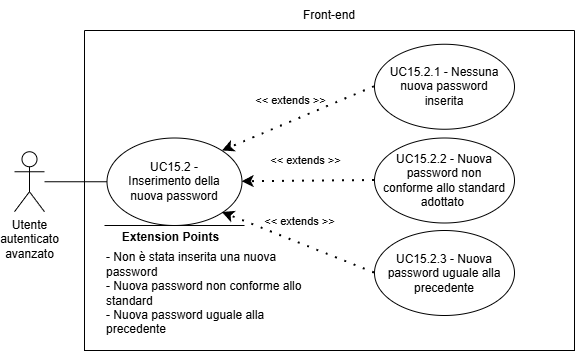
Before: assets/diagrams/UC15_2.png, a diagram exported from draw.io (SkarabGroup/DocumentazioneProgetto). Source tidied: cells renumbered, new cells last; positions are measured from the earlier drawing's top-left corner, leaving out a move shared by most shapes. Its diagram source:
```xml
<mxGraphModel>
  <root>
    <mxCell id="0" />
    <mxCell id="1" parent="0" />
    <mxCell id="2" style="swimlane;startSize=0;" parent="1" vertex="1">
      <mxGeometry x="70" y="30" width="490" height="320" as="geometry" />
    </mxCell>
    <mxCell id="3" style="ellipse;whiteSpace=wrap;html=1;" parent="2" vertex="1">
      <mxGeometry x="290" y="13.8" width="140" height="85" as="geometry" />
    </mxCell>
    <mxCell id="4" value="UC15.2.1 - Nessuna nuova password inserita" style="text;html=1;align=center;verticalAlign=middle;whiteSpace=wrap;rounded=0;" parent="2" vertex="1">
      <mxGeometry x="295" y="21.2" width="130" height="70" as="geometry" />
    </mxCell>
    <mxCell id="5" style="ellipse;whiteSpace=wrap;html=1;" parent="2" vertex="1">
      <mxGeometry x="290" y="107.5" width="140" height="85" as="geometry" />
    </mxCell>
    <mxCell id="6" value="UC15.2.2 - Nuova password non conforme allo standard adottato&amp;nbsp;" style="text;html=1;align=center;verticalAlign=middle;whiteSpace=wrap;rounded=0;" parent="2" vertex="1">
      <mxGeometry x="295" y="115" width="130" height="70" as="geometry" />
    </mxCell>
    <mxCell id="7" value="&amp;lt;&amp;lt; extends &amp;gt;&amp;gt;" style="endArrow=classic;startArrow=none;endFill=1;startFill=0;html=1;verticalAlign=bottom;dashed=1;labelBackgroundColor=none;rounded=0;dashPattern=1 4;curved=0;endSize=6;strokeWidth=2;exitX=0;exitY=0.5;exitDx=0;exitDy=0;entryX=1;entryY=0.5;entryDx=0;entryDy=0;" parent="2" edge="1" source="5" target="12">
      <mxGeometry x="0.04" y="-12" relative="1" as="geometry" />
    </mxCell>
    <mxCell id="8" value="&amp;lt;&amp;lt; extends &amp;gt;&amp;gt;" style="endArrow=classic;startArrow=none;endFill=1;startFill=0;html=1;verticalAlign=bottom;dashed=1;labelBackgroundColor=none;rounded=0;dashPattern=1 4;curved=0;endSize=6;strokeWidth=2;exitX=0;exitY=0.5;exitDx=0;exitDy=0;entryX=1;entryY=0;entryDx=0;entryDy=0;" parent="2" edge="1" source="3" target="12">
      <mxGeometry x="0.04" y="-12" relative="1" as="geometry" />
    </mxCell>
    <mxCell id="9" style="ellipse;whiteSpace=wrap;html=1;" parent="2" vertex="1">
      <mxGeometry x="290" y="200" width="140" height="85" as="geometry" />
    </mxCell>
    <mxCell id="10" value="UC15.2.3 - Nuova password uguale alla precedente" style="text;html=1;align=center;verticalAlign=middle;whiteSpace=wrap;rounded=0;" parent="2" vertex="1">
      <mxGeometry x="295" y="207.5" width="130" height="70" as="geometry" />
    </mxCell>
    <mxCell id="11" value="Utente&lt;div&gt;&lt;span style=&quot;background-color: transparent; color: light-dark(rgb(0, 0, 0), rgb(255, 255, 255));&quot;&gt;autenticato&lt;/span&gt;&lt;/div&gt;&lt;div&gt;&lt;span style=&quot;background-color: transparent; color: light-dark(rgb(0, 0, 0), rgb(255, 255, 255));&quot;&gt;avanzato&lt;/span&gt;&lt;/div&gt;" style="shape=umlActor;verticalLabelPosition=bottom;verticalAlign=top;html=1;outlineConnect=0;align=center;" parent="2" vertex="1">
      <mxGeometry x="-70" y="121.2" width="30" height="60" as="geometry" />
    </mxCell>
    <mxCell id="12" style="ellipse;whiteSpace=wrap;html=1;" parent="2" vertex="1">
      <mxGeometry x="22.5" y="107.5" width="135" height="87.5" as="geometry" />
    </mxCell>
    <mxCell id="13" style="endArrow=none;html=1;rounded=0;" parent="2" edge="1">
      <mxGeometry relative="1" as="geometry">
        <mxPoint x="20" y="195" as="sourcePoint" />
        <mxPoint x="160" y="195" as="targetPoint" />
      </mxGeometry>
    </mxCell>
    <mxCell id="14" value="&lt;b&gt;&lt;font style=&quot;font-size: 12px;&quot;&gt;Extension Points&lt;/font&gt;&lt;/b&gt;" style="edgeLabel;html=1;align=center;verticalAlign=middle;" parent="13" vertex="1">
      <mxGeometry x="0.65" relative="1" as="geometry">
        <mxPoint x="-50" y="11" as="offset" />
      </mxGeometry>
    </mxCell>
    <mxCell id="15" value="- Non è stata inserita una nuova password&lt;div&gt;- Nuova password non conforme allo standard&lt;/div&gt;&lt;div&gt;- Nuova password uguale alla precedente&lt;/div&gt;" style="text;html=1;align=left;verticalAlign=middle;whiteSpace=wrap;rounded=0;" parent="2" vertex="1">
      <mxGeometry x="20" y="247.5" width="198.8" height="30" as="geometry" />
    </mxCell>
    <mxCell id="16" value="&lt;div style=&quot;&quot;&gt;UC15.2 - Inserimento della nuova password&lt;/div&gt;" style="text;html=1;align=center;verticalAlign=middle;whiteSpace=wrap;rounded=0;" parent="2" vertex="1">
      <mxGeometry x="35" y="116.2" width="110" height="70" as="geometry" />
    </mxCell>
    <mxCell id="17" style="endArrow=none;html=1;rounded=0;entryX=0;entryY=0.5;entryDx=0;entryDy=0;" parent="2" edge="1" source="11" target="12">
      <mxGeometry relative="1" as="geometry" />
    </mxCell>
    <mxCell id="18" value="&amp;lt;&amp;lt; extends &amp;gt;&amp;gt;" style="endArrow=classic;startArrow=none;endFill=1;startFill=0;html=1;verticalAlign=bottom;dashed=1;labelBackgroundColor=none;rounded=0;dashPattern=1 4;curved=0;endSize=6;strokeWidth=2;exitX=0;exitY=0.5;exitDx=0;exitDy=0;entryX=1;entryY=1;entryDx=0;entryDy=0;" parent="2" edge="1" source="9" target="12">
      <mxGeometry x="0.04" y="-12" relative="1" as="geometry" />
    </mxCell>
    <mxCell id="19" value="Front-end" style="text;html=1;align=center;verticalAlign=middle;whiteSpace=wrap;rounded=0;" parent="1" vertex="1">
      <mxGeometry x="285" width="60" height="30" as="geometry" />
    </mxCell>
  </root>
</mxGraphModel>
```
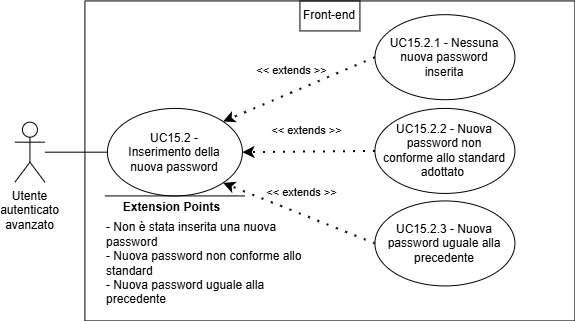
The same file after the commit.

The edit, as a diff of the source:
```diff
@@ -2,64 +2,64 @@
   <root>
     <mxCell id="0" />
     <mxCell id="1" parent="0" />
-    <mxCell id="2" style="swimlane;startSize=0;" parent="1" vertex="1">
-      <mxGeometry x="70" y="30" width="490" height="320" as="geometry" />
-    </mxCell>
+    <mxCell id="20" style="swimlane;startSize=0;" parent="1" vertex="1">
+      <mxGeometry x="982.4" y="1437.4" width="490" height="320" as="geometry" />
+    </mxCell>
-    <mxCell id="3" style="ellipse;whiteSpace=wrap;html=1;" parent="2" vertex="1">
+    <mxCell id="3" style="ellipse;whiteSpace=wrap;html=1;" parent="20" vertex="1">
       <mxGeometry x="290" y="13.8" width="140" height="85" as="geometry" />
     </mxCell>
-    <mxCell id="4" value="UC15.2.1 - Nessuna nuova password inserita" style="text;html=1;align=center;verticalAlign=middle;whiteSpace=wrap;rounded=0;" parent="2" vertex="1">
+    <mxCell id="4" value="UC15.2.1 - Nessuna nuova password inserita" style="text;html=1;align=center;verticalAlign=middle;whiteSpace=wrap;rounded=0;" parent="20" vertex="1">
       <mxGeometry x="295" y="21.2" width="130" height="70" as="geometry" />
     </mxCell>
-    <mxCell id="5" style="ellipse;whiteSpace=wrap;html=1;" parent="2" vertex="1">
+    <mxCell id="5" style="ellipse;whiteSpace=wrap;html=1;" parent="20" vertex="1">
       <mxGeometry x="290" y="107.5" width="140" height="85" as="geometry" />
     </mxCell>
-    <mxCell id="6" value="UC15.2.2 - Nuova password non conforme allo standard adottato&amp;nbsp;" style="text;html=1;align=center;verticalAlign=middle;whiteSpace=wrap;rounded=0;" parent="2" vertex="1">
+    <mxCell id="6" value="UC15.2.2 - Nuova password non conforme allo standard adottato&amp;nbsp;" style="text;html=1;align=center;verticalAlign=middle;whiteSpace=wrap;rounded=0;" parent="20" vertex="1">
       <mxGeometry x="295" y="115" width="130" height="70" as="geometry" />
     </mxCell>
-    <mxCell id="7" value="&amp;lt;&amp;lt; extends &amp;gt;&amp;gt;" style="endArrow=classic;startArrow=none;endFill=1;startFill=0;html=1;verticalAlign=bottom;dashed=1;labelBackgroundColor=none;rounded=0;dashPattern=1 4;curved=0;endSize=6;strokeWidth=2;exitX=0;exitY=0.5;exitDx=0;exitDy=0;entryX=1;entryY=0.5;entryDx=0;entryDy=0;" parent="2" edge="1" source="5" target="12">
+    <mxCell id="7" value="&amp;lt;&amp;lt; extends &amp;gt;&amp;gt;" style="endArrow=classic;startArrow=none;endFill=1;startFill=0;html=1;verticalAlign=bottom;dashed=1;labelBackgroundColor=none;rounded=0;dashPattern=1 4;curved=0;endSize=6;strokeWidth=2;exitX=0;exitY=0.5;exitDx=0;exitDy=0;entryX=1;entryY=0.5;entryDx=0;entryDy=0;" parent="20" edge="1" source="5" target="12">
       <mxGeometry x="0.04" y="-12" relative="1" as="geometry" />
     </mxCell>
-    <mxCell id="8" value="&amp;lt;&amp;lt; extends &amp;gt;&amp;gt;" style="endArrow=classic;startArrow=none;endFill=1;startFill=0;html=1;verticalAlign=bottom;dashed=1;labelBackgroundColor=none;rounded=0;dashPattern=1 4;curved=0;endSize=6;strokeWidth=2;exitX=0;exitY=0.5;exitDx=0;exitDy=0;entryX=1;entryY=0;entryDx=0;entryDy=0;" parent="2" edge="1" source="3" target="12">
+    <mxCell id="8" value="&amp;lt;&amp;lt; extends &amp;gt;&amp;gt;" style="endArrow=classic;startArrow=none;endFill=1;startFill=0;html=1;verticalAlign=bottom;dashed=1;labelBackgroundColor=none;rounded=0;dashPattern=1 4;curved=0;endSize=6;strokeWidth=2;exitX=0;exitY=0.5;exitDx=0;exitDy=0;entryX=1;entryY=0;entryDx=0;entryDy=0;" parent="20" edge="1" source="3" target="12">
       <mxGeometry x="0.04" y="-12" relative="1" as="geometry" />
     </mxCell>
-    <mxCell id="9" style="ellipse;whiteSpace=wrap;html=1;" parent="2" vertex="1">
+    <mxCell id="9" style="ellipse;whiteSpace=wrap;html=1;" parent="20" vertex="1">
       <mxGeometry x="290" y="200" width="140" height="85" as="geometry" />
     </mxCell>
-    <mxCell id="10" value="UC15.2.3 - Nuova password uguale alla precedente" style="text;html=1;align=center;verticalAlign=middle;whiteSpace=wrap;rounded=0;" parent="2" vertex="1">
+    <mxCell id="10" value="UC15.2.3 - Nuova password uguale alla precedente" style="text;html=1;align=center;verticalAlign=middle;whiteSpace=wrap;rounded=0;" parent="20" vertex="1">
       <mxGeometry x="295" y="207.5" width="130" height="70" as="geometry" />
     </mxCell>
-    <mxCell id="11" value="Utente&lt;div&gt;&lt;span style=&quot;background-color: transparent; color: light-dark(rgb(0, 0, 0), rgb(255, 255, 255));&quot;&gt;autenticato&lt;/span&gt;&lt;/div&gt;&lt;div&gt;&lt;span style=&quot;background-color: transparent; color: light-dark(rgb(0, 0, 0), rgb(255, 255, 255));&quot;&gt;avanzato&lt;/span&gt;&lt;/div&gt;" style="shape=umlActor;verticalLabelPosition=bottom;verticalAlign=top;html=1;outlineConnect=0;align=center;" parent="2" vertex="1">
+    <mxCell id="11" value="Utente&lt;div&gt;&lt;span style=&quot;background-color: transparent; color: light-dark(rgb(0, 0, 0), rgb(255, 255, 255));&quot;&gt;autenticato&lt;/span&gt;&lt;/div&gt;&lt;div&gt;&lt;span style=&quot;background-color: transparent; color: light-dark(rgb(0, 0, 0), rgb(255, 255, 255));&quot;&gt;avanzato&lt;/span&gt;&lt;/div&gt;" style="shape=umlActor;verticalLabelPosition=bottom;verticalAlign=top;html=1;outlineConnect=0;align=center;" parent="20" vertex="1">
       <mxGeometry x="-70" y="121.2" width="30" height="60" as="geometry" />
     </mxCell>
-    <mxCell id="12" style="ellipse;whiteSpace=wrap;html=1;" parent="2" vertex="1">
+    <mxCell id="12" style="ellipse;whiteSpace=wrap;html=1;" parent="20" vertex="1">
       <mxGeometry x="22.5" y="107.5" width="135" height="87.5" as="geometry" />
     </mxCell>
-    <mxCell id="13" style="endArrow=none;html=1;rounded=0;" parent="2" edge="1">
-      <mxGeometry relative="1" as="geometry">
-        <mxPoint x="20" y="195" as="sourcePoint" />
-        <mxPoint x="160" y="195" as="targetPoint" />
-      </mxGeometry>
-    </mxCell>
+    <mxCell id="21" style="endArrow=none;html=1;rounded=0;" parent="20" edge="1">
+      <mxGeometry relative="1" as="geometry">
+        <mxPoint x="20" y="195" as="sourcePoint" />
+        <mxPoint x="160" y="195" as="targetPoint" />
+      </mxGeometry>
+    </mxCell>
-    <mxCell id="14" value="&lt;b&gt;&lt;font style=&quot;font-size: 12px;&quot;&gt;Extension Points&lt;/font&gt;&lt;/b&gt;" style="edgeLabel;html=1;align=center;verticalAlign=middle;" parent="13" vertex="1">
+    <mxCell id="14" value="&lt;b&gt;&lt;font style=&quot;font-size: 12px;&quot;&gt;Extension Points&lt;/font&gt;&lt;/b&gt;" style="edgeLabel;html=1;align=center;verticalAlign=middle;" parent="21" vertex="1">
       <mxGeometry x="0.65" relative="1" as="geometry">
         <mxPoint x="-50" y="11" as="offset" />
       </mxGeometry>
     </mxCell>
-    <mxCell id="15" value="- Non è stata inserita una nuova password&lt;div&gt;- Nuova password non conforme allo standard&lt;/div&gt;&lt;div&gt;- Nuova password uguale alla precedente&lt;/div&gt;" style="text;html=1;align=left;verticalAlign=middle;whiteSpace=wrap;rounded=0;" parent="2" vertex="1">
+    <mxCell id="15" value="- Non è stata inserita una nuova password&lt;div&gt;- Nuova password non conforme allo standard&lt;/div&gt;&lt;div&gt;- Nuova password uguale alla precedente&lt;/div&gt;" style="text;html=1;align=left;verticalAlign=middle;whiteSpace=wrap;rounded=0;" parent="20" vertex="1">
       <mxGeometry x="20" y="247.5" width="198.8" height="30" as="geometry" />
     </mxCell>
-    <mxCell id="16" value="&lt;div style=&quot;&quot;&gt;UC15.2 - Inserimento della nuova password&lt;/div&gt;" style="text;html=1;align=center;verticalAlign=middle;whiteSpace=wrap;rounded=0;" parent="2" vertex="1">
+    <mxCell id="16" value="&lt;div style=&quot;&quot;&gt;UC15.2 - Inserimento della nuova password&lt;/div&gt;" style="text;html=1;align=center;verticalAlign=middle;whiteSpace=wrap;rounded=0;" parent="20" vertex="1">
       <mxGeometry x="35" y="116.2" width="110" height="70" as="geometry" />
     </mxCell>
-    <mxCell id="17" style="endArrow=none;html=1;rounded=0;entryX=0;entryY=0.5;entryDx=0;entryDy=0;" parent="2" edge="1" source="11" target="12">
+    <mxCell id="17" style="endArrow=none;html=1;rounded=0;entryX=0;entryY=0.5;entryDx=0;entryDy=0;" parent="20" edge="1" source="11" target="12">
       <mxGeometry relative="1" as="geometry" />
     </mxCell>
-    <mxCell id="18" value="&amp;lt;&amp;lt; extends &amp;gt;&amp;gt;" style="endArrow=classic;startArrow=none;endFill=1;startFill=0;html=1;verticalAlign=bottom;dashed=1;labelBackgroundColor=none;rounded=0;dashPattern=1 4;curved=0;endSize=6;strokeWidth=2;exitX=0;exitY=0.5;exitDx=0;exitDy=0;entryX=1;entryY=1;entryDx=0;entryDy=0;" parent="2" edge="1" source="9" target="12">
+    <mxCell id="18" value="&amp;lt;&amp;lt; extends &amp;gt;&amp;gt;" style="endArrow=classic;startArrow=none;endFill=1;startFill=0;html=1;verticalAlign=bottom;dashed=1;labelBackgroundColor=none;rounded=0;dashPattern=1 4;curved=0;endSize=6;strokeWidth=2;exitX=0;exitY=0.5;exitDx=0;exitDy=0;entryX=1;entryY=1;entryDx=0;entryDy=0;" parent="20" edge="1" source="9" target="12">
       <mxGeometry x="0.04" y="-12" relative="1" as="geometry" />
     </mxCell>
-    <mxCell id="19" value="Front-end" style="text;html=1;align=center;verticalAlign=middle;whiteSpace=wrap;rounded=0;" parent="1" vertex="1">
-      <mxGeometry x="285" width="60" height="30" as="geometry" />
+    <mxCell id="19" value="Front-end" style="text;html=1;align=center;verticalAlign=middle;whiteSpace=wrap;rounded=0;perimeterSpacing=1;strokeColor=default;" parent="20" vertex="1">
+      <mxGeometry x="215" width="60" height="30" as="geometry" />
     </mxCell>
   </root>
 </mxGraphModel>
```
